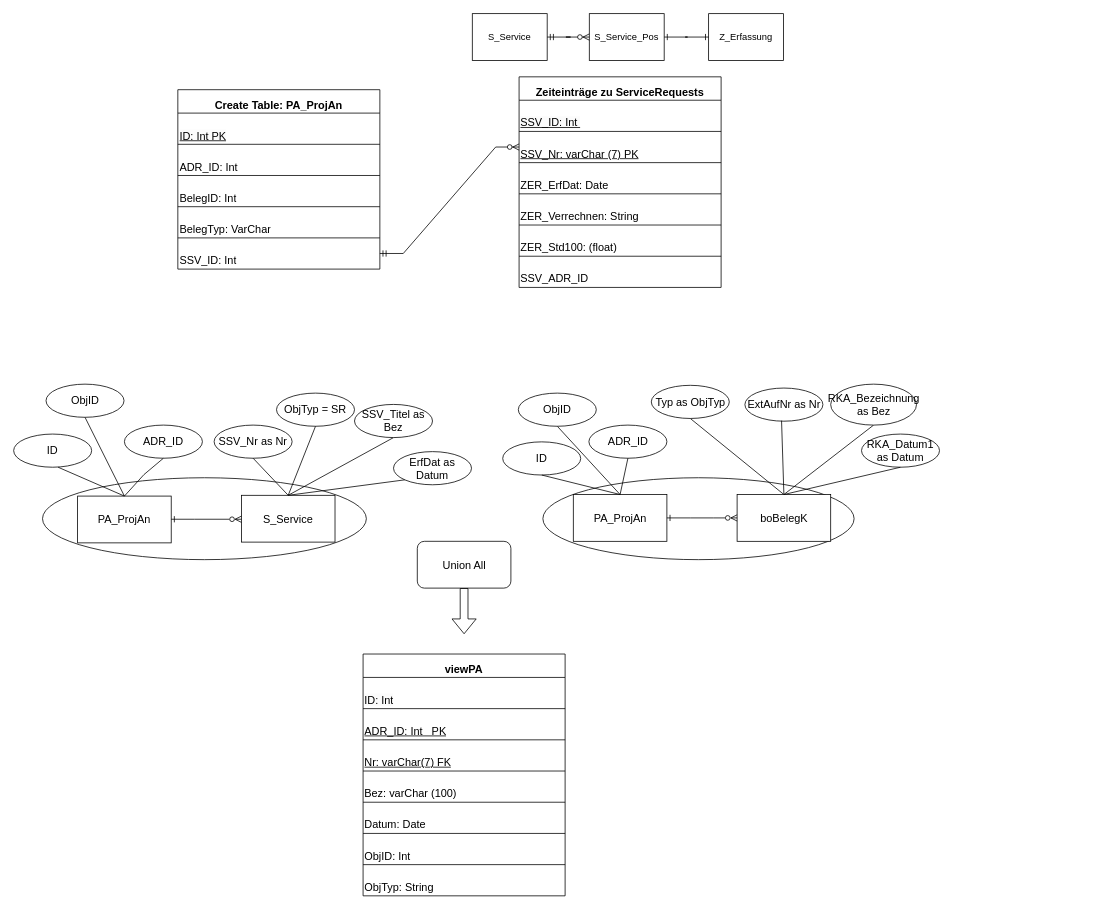
Above: Doku/Diagramme/PA_ProjektAnalyse_DBDiagramm_Alain_Hoch.drawio in Alain-H/IPA-Alain-Hoch-boProjektAnalyse-II (draw.io), before the change. Source tidied: cells renumbered, new cells numbered last; positions are measured from the earlier drawing's top-left corner, leaving out a move shared by most shapes. Both pictures are drawn from the tidied source at 78%, with x=0, y=0 at pixel (13, 13).
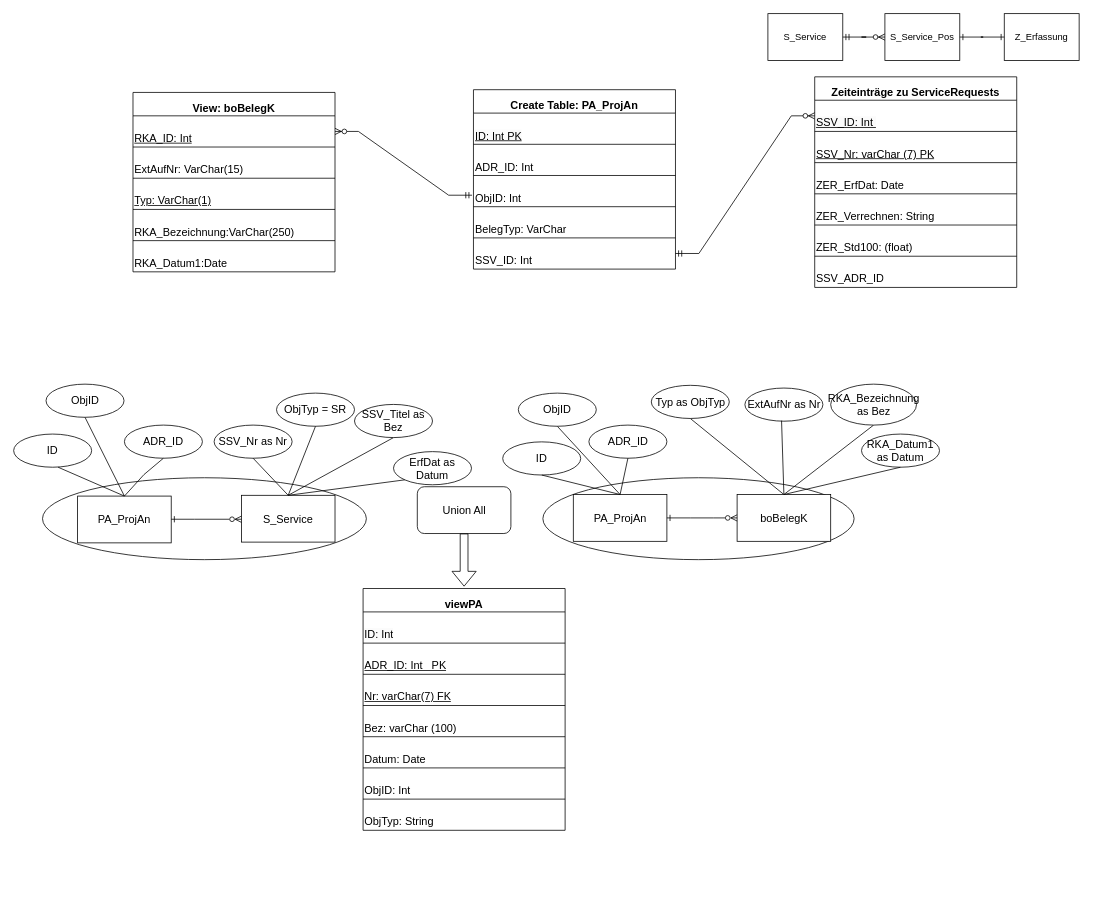
The same page after the edit.

Unchanged cells that the change refers to:
```xml
<mxCell id="44" style="shape=tableRow;horizontal=0;startSize=0;swimlaneHead=0;swimlaneBody=0;strokeColor=inherit;top=0;left=0;bottom=0;right=0;fillColor=none;points=[[0,0.5],[1,0.5]];portConstraint=eastwest;fontSize=14;align=left;verticalAlign=bottom;" parent="39" vertex="1">
  <mxGeometry y="110" width="259" height="40" as="geometry" />
</mxCell>
<mxCell id="48" style="shape=tableRow;horizontal=0;startSize=0;swimlaneHead=0;swimlaneBody=0;strokeColor=inherit;top=0;left=0;bottom=0;right=0;fillColor=none;points=[[0,0.5],[1,0.5]];portConstraint=eastwest;fontSize=14;align=left;verticalAlign=bottom;" parent="39" vertex="1">
  <mxGeometry y="190" width="259" height="40" as="geometry" />
</mxCell>
<mxCell id="74" style="shape=tableRow;horizontal=0;startSize=0;swimlaneHead=0;swimlaneBody=0;strokeColor=inherit;top=0;left=0;bottom=0;right=0;fillColor=none;points=[[0,0.5],[1,0.5]];portConstraint=eastwest;fontSize=14;align=left;verticalAlign=bottom;" parent="73" vertex="1">
  <mxGeometry y="30" width="259" height="40" as="geometry" />
</mxCell>
<mxCell id="76" style="shape=tableRow;horizontal=0;startSize=0;swimlaneHead=0;swimlaneBody=0;strokeColor=inherit;top=0;left=0;bottom=0;right=0;fillColor=none;points=[[0,0.5],[1,0.5]];portConstraint=eastwest;fontSize=14;align=left;verticalAlign=bottom;" parent="73" vertex="1">
  <mxGeometry y="70" width="259" height="40" as="geometry" />
</mxCell>
```

Change to the diagram source:
```diff
@@
     <mxCell id="15" value="Union All" style="rounded=1;whiteSpace=wrap;html=1;fontSize=14;fontStyle=0;" parent="1" vertex="1">
-      <mxGeometry x="517.5" y="676.5" width="120" height="60" as="geometry" />
+      <mxGeometry x="517.5" y="606.5" width="120" height="60" as="geometry" />
     </mxCell>
     <mxCell id="16" style="shape=flexArrow;endArrow=classic;html=1;rounded=0;fontSize=14;exitX=0.5;exitY=1;exitDx=0;exitDy=0;fontStyle=0;" parent="1" edge="1" source="15">
       <mxGeometry relative="1" as="geometry">
-        <mxPoint x="577.5" y="795.5" as="targetPoint" />
+        <mxPoint x="577.5" y="734.5" as="targetPoint" />
       </mxGeometry>
     </mxCell>
@@
     <mxCell id="39" value="Create Table: PA_ProjAn" style="shape=table;startSize=30;childLayout=tableLayout;strokeColor=default;fontSize=14;align=center;verticalAlign=bottom;fontStyle=1;" parent="1" vertex="1">
-      <mxGeometry x="210.5" y="97.5" width="259" height="230" as="geometry" />
+      <mxGeometry x="589.5" y="97.5" width="259" height="230" as="geometry" />
     </mxCell>
@@
-    <mxCell id="45" value="BelegID: Int" style="shape=partialRectangle;html=1;whiteSpace=wrap;strokeColor=inherit;overflow=hidden;fillColor=none;top=0;left=0;bottom=0;right=0;fontSize=14;align=left;verticalAlign=bottom;" parent="44" vertex="1">
+    <mxCell id="45" value="ObjID: Int" style="shape=partialRectangle;html=1;whiteSpace=wrap;strokeColor=inherit;overflow=hidden;fillColor=none;top=0;left=0;bottom=0;right=0;fontSize=14;align=left;verticalAlign=bottom;" parent="44" vertex="1">
       <mxGeometry width="259" height="40" as="geometry" />
     </mxCell>
@@
     <mxCell id="50" value="S_Service" style="rounded=0;whiteSpace=wrap;html=1;" parent="1" vertex="1">
-      <mxGeometry x="588" width="96" height="60" as="geometry" />
+      <mxGeometry x="967" width="96" height="60" as="geometry" />
     </mxCell>
     <mxCell id="51" value="S_Service_Pos" style="rounded=0;whiteSpace=wrap;html=1;" parent="1" vertex="1">
-      <mxGeometry x="738" width="96" height="60" as="geometry" />
+      <mxGeometry x="1117" width="96" height="60" as="geometry" />
     </mxCell>
     <mxCell id="52" value="Z_Erfassung" style="rounded=0;whiteSpace=wrap;html=1;" parent="1" vertex="1">
-      <mxGeometry x="891" width="96" height="60" as="geometry" />
+      <mxGeometry x="1270" width="96" height="60" as="geometry" />
     </mxCell>
@@
     <mxCell id="57" value="viewPA" style="shape=table;startSize=30;childLayout=tableLayout;strokeColor=default;fontSize=14;align=center;verticalAlign=bottom;fontStyle=1;" parent="1" vertex="1">
-      <mxGeometry x="448" y="821" width="259" height="310" as="geometry" />
+      <mxGeometry x="448" y="737" width="259" height="310" as="geometry" />
     </mxCell>
@@
-    <mxCell id="72" style="edgeStyle=entityRelationEdgeStyle;fontSize=14;html=1;endArrow=ERzeroToMany;startArrow=ERmandOne;rounded=0;entryX=0;entryY=0.5;entryDx=0;entryDy=0;" parent="1" edge="1" source="48" target="76">
+    <mxCell id="72" style="edgeStyle=entityRelationEdgeStyle;fontSize=14;html=1;endArrow=ERzeroToMany;startArrow=ERmandOne;rounded=0;entryX=0;entryY=0.5;entryDx=0;entryDy=0;" parent="1" edge="1" source="48" target="74">
       <mxGeometry relative="1" as="geometry" />
     </mxCell>
     <mxCell id="73" value="Zeiteinträge zu ServiceRequests" style="shape=table;startSize=30;childLayout=tableLayout;strokeColor=default;fontSize=14;align=center;verticalAlign=bottom;fontStyle=1;" parent="1" vertex="1">
-      <mxGeometry x="648" y="81" width="259" height="270" as="geometry" />
+      <mxGeometry x="1027" y="81" width="259" height="270" as="geometry" />
     </mxCell>
@@
+    <mxCell id="86" value="View: boBelegK" style="shape=table;startSize=30;childLayout=tableLayout;strokeColor=default;fontSize=14;align=center;verticalAlign=bottom;fontStyle=1;" parent="1" vertex="1">
+      <mxGeometry x="153" y="101" width="259" height="230" as="geometry" />
+    </mxCell>
+    <mxCell id="87" style="shape=tableRow;horizontal=0;startSize=0;swimlaneHead=0;swimlaneBody=0;strokeColor=inherit;top=0;left=0;bottom=0;right=0;fillColor=none;points=[[0,0.5],[1,0.5]];portConstraint=eastwest;fontSize=14;align=left;verticalAlign=bottom;" parent="86" vertex="1">
+      <mxGeometry y="30" width="259" height="40" as="geometry" />
+    </mxCell>
+    <mxCell id="88" value="&lt;font style=&quot;font-size: 14px;&quot;&gt;RKA_ID: Int&lt;br style=&quot;font-size: 14px;&quot;&gt;&lt;/font&gt;" style="shape=partialRectangle;html=1;whiteSpace=wrap;strokeColor=inherit;overflow=hidden;fillColor=none;top=0;left=0;bottom=0;right=0;fontSize=14;align=left;verticalAlign=bottom;fontStyle=4;" parent="87" vertex="1">
+      <mxGeometry width="259" height="40" as="geometry" />
+    </mxCell>
+    <mxCell id="89" style="shape=tableRow;horizontal=0;startSize=0;swimlaneHead=0;swimlaneBody=0;strokeColor=inherit;top=0;left=0;bottom=0;right=0;fillColor=none;fontSize=14;align=left;verticalAlign=bottom;" parent="86" vertex="1">
+      <mxGeometry y="70" width="259" height="40" as="geometry" />
+    </mxCell>
+    <mxCell id="90" value="&lt;font style=&quot;font-size: 14px;&quot;&gt;ExtAufNr: VarChar(15)&lt;br style=&quot;font-size: 14px;&quot;&gt;&lt;/font&gt;" style="shape=partialRectangle;html=1;whiteSpace=wrap;strokeColor=inherit;overflow=hidden;fillColor=none;top=0;left=0;bottom=0;right=0;fontSize=14;align=left;verticalAlign=bottom;fontStyle=0;" parent="89" vertex="1">
+      <mxGeometry width="259" height="40" as="geometry" />
+    </mxCell>
+    <mxCell id="91" style="shape=tableRow;horizontal=0;startSize=0;swimlaneHead=0;swimlaneBody=0;strokeColor=inherit;top=0;left=0;bottom=0;right=0;fillColor=none;fontSize=14;align=left;verticalAlign=bottom;" parent="86" vertex="1">
+      <mxGeometry y="110" width="259" height="40" as="geometry" />
+    </mxCell>
+    <mxCell id="92" value="&lt;u&gt;Typ: VarChar(1)&lt;span style=&quot;white-space: pre;&quot;&gt;&#9;&lt;/span&gt;&lt;/u&gt;" style="shape=partialRectangle;html=1;whiteSpace=wrap;strokeColor=inherit;overflow=hidden;fillColor=none;top=0;left=0;bottom=0;right=0;fontSize=14;align=left;verticalAlign=bottom;" parent="91" vertex="1">
+      <mxGeometry width="259" height="40" as="geometry" />
+    </mxCell>
+    <mxCell id="93" style="shape=tableRow;horizontal=0;startSize=0;swimlaneHead=0;swimlaneBody=0;strokeColor=inherit;top=0;left=0;bottom=0;right=0;fillColor=none;fontSize=14;align=left;verticalAlign=bottom;" parent="86" vertex="1">
+      <mxGeometry y="150" width="259" height="40" as="geometry" />
+    </mxCell>
+    <mxCell id="94" value="RKA_Bezeichnung:VarChar(250)" style="shape=partialRectangle;html=1;whiteSpace=wrap;strokeColor=inherit;overflow=hidden;fillColor=none;top=0;left=0;bottom=0;right=0;fontSize=14;align=left;verticalAlign=bottom;" parent="93" vertex="1">
+      <mxGeometry width="259" height="40" as="geometry" />
+    </mxCell>
+    <mxCell id="95" style="shape=tableRow;horizontal=0;startSize=0;swimlaneHead=0;swimlaneBody=0;strokeColor=inherit;top=0;left=0;bottom=0;right=0;fillColor=none;fontSize=14;align=left;verticalAlign=bottom;" parent="86" vertex="1">
+      <mxGeometry y="190" width="259" height="40" as="geometry" />
+    </mxCell>
+    <mxCell id="96" value="RKA_Datum1:Date" style="shape=partialRectangle;html=1;whiteSpace=wrap;strokeColor=inherit;overflow=hidden;fillColor=none;top=0;left=0;bottom=0;right=0;fontSize=14;align=left;verticalAlign=bottom;" parent="95" vertex="1">
+      <mxGeometry width="259" height="40" as="geometry" />
+    </mxCell>
+    <mxCell id="97" style="edgeStyle=entityRelationEdgeStyle;fontSize=14;html=1;endArrow=ERzeroToMany;startArrow=ERmandOne;rounded=0;entryX=1;entryY=0.5;entryDx=0;entryDy=0;exitX=-0.007;exitY=0.632;exitDx=0;exitDy=0;exitPerimeter=0;" parent="1" edge="1" source="44" target="87">
+      <mxGeometry relative="1" as="geometry" />
+    </mxCell>
```
